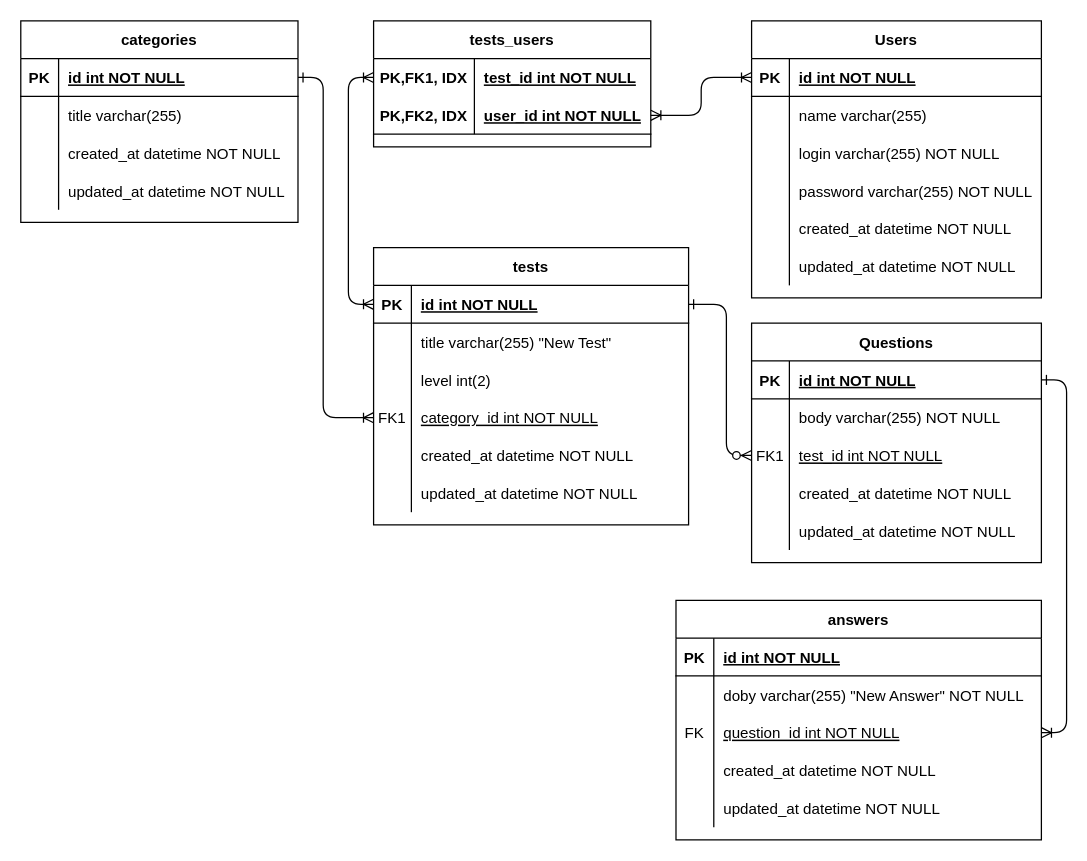
mubat/testguru_rails_course keeps this draw.io diagram as db/entity_relationship_diagram.drawio. Above is the earlier version. Source tidied: cells renumbered, new cells numbered last; positions are measured from the earlier drawing's top-left corner, leaving out a move shared by most shapes. Both pictures are drawn from the tidied source at 126%, with x=0, y=0 at pixel (20, 20).
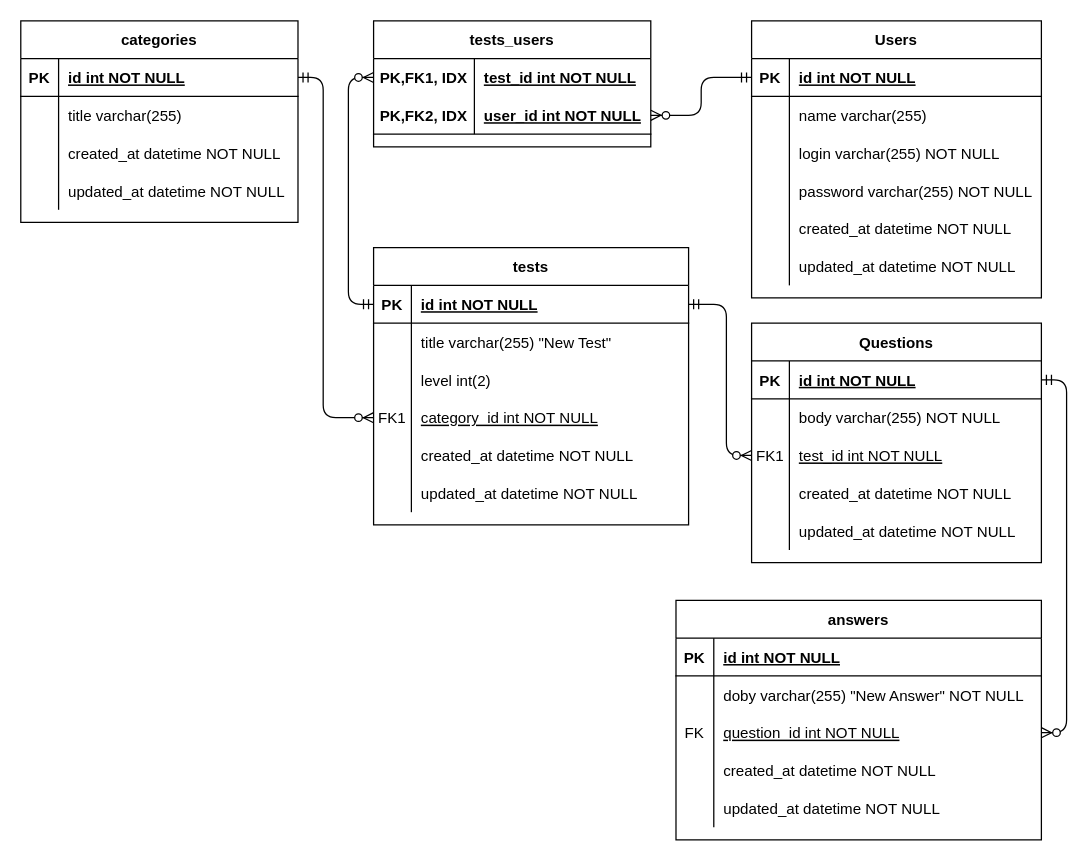
The same page after the edit.

Commit message:
update relations on Entity Relationship diagram

Unchanged cells that the change refers to:
```xml
<mxCell id="5" style="shape=partialRectangle;fillColor=none;points=[[0,0.5],[1,0.5]];portConstraint=eastwest;top=0;left=0;right=0;bottom=1;" parent="4" vertex="1">
  <mxGeometry y="30" width="250" height="30" as="geometry" />
</mxCell>
<mxCell id="14" style="shape=partialRectangle;fillColor=none;points=[[0,0.5],[1,0.5]];portConstraint=eastwest;top=0;left=0;right=0;bottom=0;" parent="4" vertex="1">
  <mxGeometry y="120" width="250" height="30" as="geometry" />
</mxCell>
<mxCell id="24" style="shape=partialRectangle;fillColor=none;points=[[0,0.5],[1,0.5]];portConstraint=eastwest;top=0;left=0;right=0;bottom=1;" parent="23" vertex="1">
  <mxGeometry y="30" width="230" height="30" as="geometry" />
</mxCell>
<mxCell id="30" style="shape=partialRectangle;fillColor=none;points=[[0,0.5],[1,0.5]];portConstraint=eastwest;top=0;left=0;right=0;bottom=0;" parent="23" vertex="1">
  <mxGeometry y="90" width="230" height="30" as="geometry" />
</mxCell>
<mxCell id="40" style="shape=partialRectangle;fillColor=none;points=[[0,0.5],[1,0.5]];portConstraint=eastwest;top=0;left=0;right=0;bottom=1;" parent="39" vertex="1">
  <mxGeometry y="30" width="230" height="30" as="geometry" />
</mxCell>
<mxCell id="59" style="shape=partialRectangle;fillColor=none;top=0;left=0;bottom=0;right=0;points=[[0,0.5],[1,0.5]];portConstraint=eastwest;" parent="58" vertex="1">
  <mxGeometry y="30" width="220" height="30" as="geometry" />
</mxCell>
<mxCell id="62" style="shape=partialRectangle;fillColor=none;top=0;left=0;bottom=1;right=0;points=[[0,0.5],[1,0.5]];portConstraint=eastwest;" parent="58" vertex="1">
  <mxGeometry y="60" width="220" height="30" as="geometry" />
</mxCell>
<mxCell id="67" style="shape=partialRectangle;fillColor=none;top=0;left=0;bottom=1;right=0;points=[[0,0.5],[1,0.5]];portConstraint=eastwest;" parent="66" vertex="1">
  <mxGeometry y="30" width="220" height="30" as="geometry" />
</mxCell>
<mxCell id="86" style="shape=partialRectangle;fillColor=none;top=0;left=0;bottom=0;right=0;points=[[0,0.5],[1,0.5]];portConstraint=eastwest;" parent="79" vertex="1">
  <mxGeometry y="90" width="290" height="30" as="geometry" />
</mxCell>
```

What changed in the source:
```diff
@@
-    <mxCell id="2" style="edgeStyle=orthogonalEdgeStyle;endArrow=ERoneToMany;startArrow=ERoneToMany;endFill=0;startFill=0;entryX=1;entryY=0.5;entryDx=0;entryDy=0;" parent="1" edge="1" source="40" target="62">
+    <mxCell id="2" style="edgeStyle=orthogonalEdgeStyle;endArrow=ERzeroToMany;startArrow=ERmandOne;endFill=1;startFill=0;entryX=1;entryY=0.5;entryDx=0;entryDy=0;" parent="1" edge="1" source="40" target="62">
       <mxGeometry relative="1" as="geometry" />
     </mxCell>
-    <mxCell id="3" style="edgeStyle=orthogonalEdgeStyle;endArrow=ERzeroToMany;startArrow=ERone;endFill=1;startFill=0;rounded=1;exitX=1;exitY=0.5;exitDx=0;exitDy=0;" parent="1" edge="1" source="5" target="30">
+    <mxCell id="3" style="edgeStyle=orthogonalEdgeStyle;endArrow=ERzeroToMany;startArrow=ERmandOne;endFill=1;startFill=0;rounded=1;exitX=1;exitY=0.5;exitDx=0;exitDy=0;" parent="1" edge="1" source="5" target="30">
       <mxGeometry relative="1" as="geometry">
         <Array as="points">
           <mxPoint x="560" y="225" />
           <mxPoint x="560" y="345" />
         </Array>
       </mxGeometry>
     </mxCell>
@@
-    <mxCell id="65" style="edgeStyle=orthogonalEdgeStyle;rounded=1;jettySize=auto;html=1;exitX=1;exitY=0.5;exitDx=0;exitDy=0;entryX=0;entryY=0.5;entryDx=0;entryDy=0;endArrow=ERoneToMany;endFill=0;startArrow=ERone;startFill=0;" parent="1" edge="1" source="67" target="14">
+    <mxCell id="65" style="edgeStyle=orthogonalEdgeStyle;rounded=1;jettySize=auto;html=1;exitX=1;exitY=0.5;exitDx=0;exitDy=0;entryX=0;entryY=0.5;entryDx=0;entryDy=0;endArrow=ERzeroToMany;endFill=1;startArrow=ERmandOne;startFill=0;" parent="1" edge="1" source="67" target="14">
       <mxGeometry relative="1" as="geometry">
         <Array as="points">
           <mxPoint x="240" y="45" />
           <mxPoint x="240" y="315" />
         </Array>
       </mxGeometry>
     </mxCell>
@@
-    <mxCell id="95" style="edgeStyle=orthogonalEdgeStyle;rounded=1;jettySize=auto;html=1;exitX=0;exitY=0.5;exitDx=0;exitDy=0;startArrow=ERoneToMany;startFill=0;endArrow=ERoneToMany;endFill=0;entryX=0;entryY=0.5;entryDx=0;entryDy=0;" parent="1" edge="1" source="5" target="59">
+    <mxCell id="95" style="edgeStyle=orthogonalEdgeStyle;rounded=1;jettySize=auto;html=1;exitX=0;exitY=0.5;exitDx=0;exitDy=0;startArrow=ERmandOne;startFill=0;endArrow=ERzeroToMany;endFill=1;entryX=0;entryY=0.5;entryDx=0;entryDy=0;" parent="1" edge="1" source="5" target="59">
       <mxGeometry relative="1" as="geometry">
         <Array as="points">
           <mxPoint x="260" y="225" />
           <mxPoint x="260" y="45" />
         </Array>
       </mxGeometry>
     </mxCell>
-    <mxCell id="96" style="edgeStyle=orthogonalEdgeStyle;rounded=1;jettySize=auto;html=1;exitX=1;exitY=0.5;exitDx=0;exitDy=0;startArrow=ERoneToMany;startFill=0;endArrow=ERone;endFill=0;" parent="1" edge="1" source="86" target="24">
+    <mxCell id="96" style="edgeStyle=orthogonalEdgeStyle;rounded=1;jettySize=auto;html=1;exitX=1;exitY=0.5;exitDx=0;exitDy=0;startArrow=ERzeroToMany;startFill=1;endArrow=ERmandOne;endFill=0;" parent="1" edge="1" source="86" target="24">
       <mxGeometry relative="1" as="geometry">
         <Array as="points">
           <mxPoint x="830" y="565" />
           <mxPoint x="830" y="285" />
         </Array>
       </mxGeometry>
     </mxCell>
```
